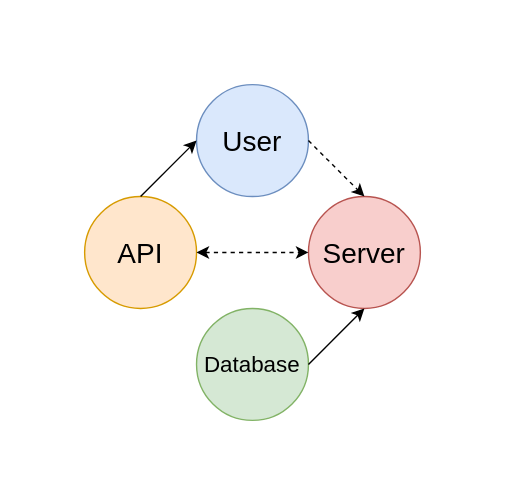
The draw.io diagram assets/circles.drawio.svg in AlbatovK/KQuiz, before a commit. Source tidied: cells renumbered, new cells last; positions are measured from the earlier drawing's top-left corner, leaving out a move shared by most shapes. The source it was exported from:
```xml
<mxGraphModel>
  <root>
    <mxCell id="0" />
    <mxCell id="1" parent="0" />
    <mxCell id="2" value="&lt;font style=&quot;font-size: 20px&quot;&gt;User&lt;/font&gt;" style="ellipse;whiteSpace=wrap;html=1;fillColor=#dae8fc;strokeColor=#6c8ebf;" parent="1" vertex="1">
      <mxGeometry x="140" y="60" width="80" height="80" as="geometry" />
    </mxCell>
    <mxCell id="3" value="&lt;font style=&quot;font-size: 20px&quot;&gt;Server&lt;/font&gt;&lt;span style=&quot;color: rgba(0 , 0 , 0 , 0) ; font-family: monospace ; font-size: 0px&quot;&gt;%3CmxGraphModel%3E%3Croot%3E%3CmxCell%20id%3D%220%22%2F%3E%3CmxCell%20id%3D%221%22%20parent%3D%220%22%2F%3E%3CmxCell%20id%3D%222%22%20value%3D%22%26lt%3Bfont%20style%3D%26quot%3Bfont-size%3A%2020px%26quot%3B%26gt%3BUsers%26lt%3B%2Ffont%26gt%3B%22%20style%3D%22ellipse%3BwhiteSpace%3Dwrap%3Bhtml%3D1%3Baspect%3Dfixed%3B%22%20vertex%3D%221%22%20parent%3D%221%22%3E%3CmxGeometry%20x%3D%22370%22%20y%3D%22210%22%20width%3D%2280%22%20height%3D%2280%22%20as%3D%22geometry%22%2F%3E%3C%2FmxCell%3E%3C%2Froot%3E%3C%2FmxGraphModel%3E&lt;/span&gt;" style="ellipse;whiteSpace=wrap;html=1;fillColor=#f8cecc;strokeColor=#b85450;" parent="1" vertex="1">
      <mxGeometry x="220" y="140" width="80" height="80" as="geometry" />
    </mxCell>
    <mxCell id="4" value="&lt;font style=&quot;font-size: 20px&quot;&gt;API&lt;/font&gt;" style="ellipse;whiteSpace=wrap;html=1;fillColor=#ffe6cc;strokeColor=#d79b00;" parent="1" vertex="1">
      <mxGeometry x="60" y="140" width="80" height="80" as="geometry" />
    </mxCell>
    <mxCell id="5" value="&lt;font style=&quot;font-size: 16px;&quot;&gt;Database&lt;/font&gt;" style="ellipse;whiteSpace=wrap;html=1;fontSize=16;verticalAlign=middle;align=center;fillColor=#d5e8d4;strokeColor=#82b366;" parent="1" vertex="1">
      <mxGeometry x="140" y="220" width="80" height="80" as="geometry" />
    </mxCell>
    <mxCell id="6" style="endArrow=classic;startArrow=classic;html=1;rounded=0;fontSize=16;entryX=0;entryY=0.5;entryDx=0;entryDy=0;exitX=1;exitY=0.5;exitDx=0;exitDy=0;dashed=1;" parent="1" edge="1" source="4" target="3">
      <mxGeometry relative="1" as="geometry" />
    </mxCell>
    <mxCell id="7" style="endArrow=classic;html=1;rounded=0;fontSize=16;exitX=0.5;exitY=0;exitDx=0;exitDy=0;entryX=0;entryY=0.5;entryDx=0;entryDy=0;" parent="1" edge="1" source="4" target="2">
      <mxGeometry relative="1" as="geometry" />
    </mxCell>
    <mxCell id="8" style="endArrow=classic;html=1;rounded=0;fontSize=16;exitX=1;exitY=0.5;exitDx=0;exitDy=0;entryX=0.5;entryY=0;entryDx=0;entryDy=0;strokeColor=#030303;dashed=1;fillColor=#f5f5f5;" parent="1" edge="1" source="2" target="3">
      <mxGeometry relative="1" as="geometry" />
    </mxCell>
    <mxCell id="9" style="endArrow=classic;html=1;rounded=0;fontSize=16;entryX=0.5;entryY=1;entryDx=0;entryDy=0;exitX=1;exitY=0.5;exitDx=0;exitDy=0;" parent="1" edge="1" source="5" target="3">
      <mxGeometry relative="1" as="geometry" />
    </mxCell>
    <mxCell id="10" style="shape=parallelogram;perimeter=parallelogramPerimeter;whiteSpace=wrap;html=1;fixedSize=1;fontSize=16;strokeColor=#FFFFFF;" parent="1" vertex="1">
      <mxGeometry y="160" width="50" height="40" as="geometry" />
    </mxCell>
    <mxCell id="11" style="shape=parallelogram;perimeter=parallelogramPerimeter;whiteSpace=wrap;html=1;fixedSize=1;fontSize=16;strokeColor=#FFFFFF;" parent="1" vertex="1">
      <mxGeometry x="310" y="160" width="50" height="40" as="geometry" />
    </mxCell>
    <mxCell id="12" style="shape=parallelogram;perimeter=parallelogramPerimeter;whiteSpace=wrap;html=1;fixedSize=1;fontSize=16;strokeColor=#FFFFFF;" parent="1" vertex="1">
      <mxGeometry x="155" width="50" height="40" as="geometry" />
    </mxCell>
    <mxCell id="13" style="shape=parallelogram;perimeter=parallelogramPerimeter;whiteSpace=wrap;html=1;fixedSize=1;fontSize=16;strokeColor=#FFFFFF;" parent="1" vertex="1">
      <mxGeometry x="155" y="310" width="50" height="40" as="geometry" />
    </mxCell>
  </root>
</mxGraphModel>
```
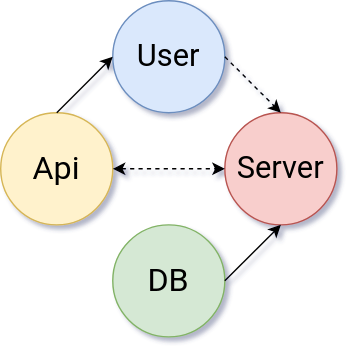
The same diagram one commit later.

Commit message:
:art: Assets fix # 4

Diff of the diagram source:
```diff
@@ -1,42 +1,30 @@
-<mxGraphModel>
+<mxGraphModel shadow="1">
   <root>
     <mxCell id="0" />
     <mxCell id="1" parent="0" />
-    <mxCell id="2" value="&lt;font style=&quot;font-size: 20px&quot;&gt;User&lt;/font&gt;" style="ellipse;whiteSpace=wrap;html=1;fillColor=#dae8fc;strokeColor=#6c8ebf;" parent="1" vertex="1">
+    <mxCell id="2" value="User" style="ellipse;whiteSpace=wrap;html=1;fontFamily=Roboto;fontSource=https%3A%2F%2Ffonts.googleapis.com%2Fcss%3Ffamily%3DRoboto;fontSize=22;fillColor=#dae8fc;strokeColor=#6c8ebf;" parent="1" vertex="1">
       <mxGeometry x="140" y="60" width="80" height="80" as="geometry" />
     </mxCell>
-    <mxCell id="3" value="&lt;font style=&quot;font-size: 20px&quot;&gt;Server&lt;/font&gt;&lt;span style=&quot;color: rgba(0 , 0 , 0 , 0) ; font-family: monospace ; font-size: 0px&quot;&gt;%3CmxGraphModel%3E%3Croot%3E%3CmxCell%20id%3D%220%22%2F%3E%3CmxCell%20id%3D%221%22%20parent%3D%220%22%2F%3E%3CmxCell%20id%3D%222%22%20value%3D%22%26lt%3Bfont%20style%3D%26quot%3Bfont-size%3A%2020px%26quot%3B%26gt%3BUsers%26lt%3B%2Ffont%26gt%3B%22%20style%3D%22ellipse%3BwhiteSpace%3Dwrap%3Bhtml%3D1%3Baspect%3Dfixed%3B%22%20vertex%3D%221%22%20parent%3D%221%22%3E%3CmxGeometry%20x%3D%22370%22%20y%3D%22210%22%20width%3D%2280%22%20height%3D%2280%22%20as%3D%22geometry%22%2F%3E%3C%2FmxCell%3E%3C%2Froot%3E%3C%2FmxGraphModel%3E&lt;/span&gt;" style="ellipse;whiteSpace=wrap;html=1;fillColor=#f8cecc;strokeColor=#b85450;" parent="1" vertex="1">
-      <mxGeometry x="220" y="140" width="80" height="80" as="geometry" />
-    </mxCell>
-    <mxCell id="4" value="&lt;font style=&quot;font-size: 20px&quot;&gt;API&lt;/font&gt;" style="ellipse;whiteSpace=wrap;html=1;fillColor=#ffe6cc;strokeColor=#d79b00;" parent="1" vertex="1">
-      <mxGeometry x="60" y="140" width="80" height="80" as="geometry" />
-    </mxCell>
-    <mxCell id="5" value="&lt;font style=&quot;font-size: 16px;&quot;&gt;Database&lt;/font&gt;" style="ellipse;whiteSpace=wrap;html=1;fontSize=16;verticalAlign=middle;align=center;fillColor=#d5e8d4;strokeColor=#82b366;" parent="1" vertex="1">
-      <mxGeometry x="140" y="220" width="80" height="80" as="geometry" />
-    </mxCell>
-    <mxCell id="6" style="endArrow=classic;startArrow=classic;html=1;rounded=0;fontSize=16;entryX=0;entryY=0.5;entryDx=0;entryDy=0;exitX=1;exitY=0.5;exitDx=0;exitDy=0;dashed=1;" parent="1" edge="1" source="4" target="3">
-      <mxGeometry relative="1" as="geometry" />
-    </mxCell>
-    <mxCell id="7" style="endArrow=classic;html=1;rounded=0;fontSize=16;exitX=0.5;exitY=0;exitDx=0;exitDy=0;entryX=0;entryY=0.5;entryDx=0;entryDy=0;" parent="1" edge="1" source="4" target="2">
-      <mxGeometry relative="1" as="geometry" />
-    </mxCell>
-    <mxCell id="8" style="endArrow=classic;html=1;rounded=0;fontSize=16;exitX=1;exitY=0.5;exitDx=0;exitDy=0;entryX=0.5;entryY=0;entryDx=0;entryDy=0;strokeColor=#030303;dashed=1;fillColor=#f5f5f5;" parent="1" edge="1" source="2" target="3">
-      <mxGeometry relative="1" as="geometry" />
-    </mxCell>
-    <mxCell id="9" style="endArrow=classic;html=1;rounded=0;fontSize=16;entryX=0.5;entryY=1;entryDx=0;entryDy=0;exitX=1;exitY=0.5;exitDx=0;exitDy=0;" parent="1" edge="1" source="5" target="3">
-      <mxGeometry relative="1" as="geometry" />
-    </mxCell>
-    <mxCell id="10" style="shape=parallelogram;perimeter=parallelogramPerimeter;whiteSpace=wrap;html=1;fixedSize=1;fontSize=16;strokeColor=#FFFFFF;" parent="1" vertex="1">
-      <mxGeometry y="160" width="50" height="40" as="geometry" />
-    </mxCell>
-    <mxCell id="11" style="shape=parallelogram;perimeter=parallelogramPerimeter;whiteSpace=wrap;html=1;fixedSize=1;fontSize=16;strokeColor=#FFFFFF;" parent="1" vertex="1">
-      <mxGeometry x="310" y="160" width="50" height="40" as="geometry" />
-    </mxCell>
-    <mxCell id="12" style="shape=parallelogram;perimeter=parallelogramPerimeter;whiteSpace=wrap;html=1;fixedSize=1;fontSize=16;strokeColor=#FFFFFF;" parent="1" vertex="1">
-      <mxGeometry x="155" width="50" height="40" as="geometry" />
-    </mxCell>
-    <mxCell id="13" style="shape=parallelogram;perimeter=parallelogramPerimeter;whiteSpace=wrap;html=1;fixedSize=1;fontSize=16;strokeColor=#FFFFFF;" parent="1" vertex="1">
-      <mxGeometry x="155" y="310" width="50" height="40" as="geometry" />
-    </mxCell>
+    <mxCell id="14" value="Api" style="ellipse;whiteSpace=wrap;html=1;fontSize=23;fontFamily=Roboto;fontSource=https%3A%2F%2Ffonts.googleapis.com%2Fcss%3Ffamily%3DRoboto;fillColor=#fff2cc;strokeColor=#d6b656;" parent="1" vertex="1">
+      <mxGeometry x="60" y="140" width="80" height="80" as="geometry" />
+    </mxCell>
+    <mxCell id="15" value="Server" style="ellipse;whiteSpace=wrap;html=1;fontSize=22;fontFamily=Roboto;fontSource=https%3A%2F%2Ffonts.googleapis.com%2Fcss%3Ffamily%3DRoboto;fillColor=#f8cecc;strokeColor=#b85450;" parent="1" vertex="1">
+      <mxGeometry x="220" y="140" width="80" height="80" as="geometry" />
+    </mxCell>
+    <mxCell id="16" value="DB" style="ellipse;whiteSpace=wrap;html=1;fontSize=23;fontFamily=Roboto;fontSource=https%3A%2F%2Ffonts.googleapis.com%2Fcss%3Ffamily%3DRoboto;fillColor=#d5e8d4;strokeColor=#82b366;" parent="1" vertex="1">
+      <mxGeometry x="140" y="220" width="80" height="80" as="geometry" />
+    </mxCell>
+    <mxCell id="17" style="endArrow=classic;html=1;rounded=0;exitX=0.5;exitY=0;exitDx=0;exitDy=0;entryX=0;entryY=0.5;entryDx=0;entryDy=0;" parent="1" edge="1" source="14" target="2">
+      <mxGeometry relative="1" as="geometry" />
+    </mxCell>
+    <mxCell id="18" style="endArrow=classic;html=1;rounded=0;exitX=1;exitY=0.5;exitDx=0;exitDy=0;entryX=0.5;entryY=0;entryDx=0;entryDy=0;dashed=1;" parent="1" edge="1" source="2" target="15">
+      <mxGeometry relative="1" as="geometry" />
+    </mxCell>
+    <mxCell id="19" style="endArrow=classic;startArrow=classic;html=1;rounded=0;dashed=1;fontFamily=Roboto;fontSource=https%3A%2F%2Ffonts.googleapis.com%2Fcss%3Ffamily%3DRoboto;fontSize=23;exitX=1;exitY=0.5;exitDx=0;exitDy=0;entryX=0;entryY=0.5;entryDx=0;entryDy=0;" parent="1" edge="1" source="14" target="15">
+      <mxGeometry relative="1" as="geometry" />
+    </mxCell>
+    <mxCell id="20" style="endArrow=classic;html=1;rounded=0;fontFamily=Roboto;fontSource=https%3A%2F%2Ffonts.googleapis.com%2Fcss%3Ffamily%3DRoboto;fontSize=23;entryX=0.5;entryY=1;entryDx=0;entryDy=0;exitX=1;exitY=0.5;exitDx=0;exitDy=0;" parent="1" edge="1" source="16" target="15">
+      <mxGeometry relative="1" as="geometry" />
+    </mxCell>
   </root>
 </mxGraphModel>
```
